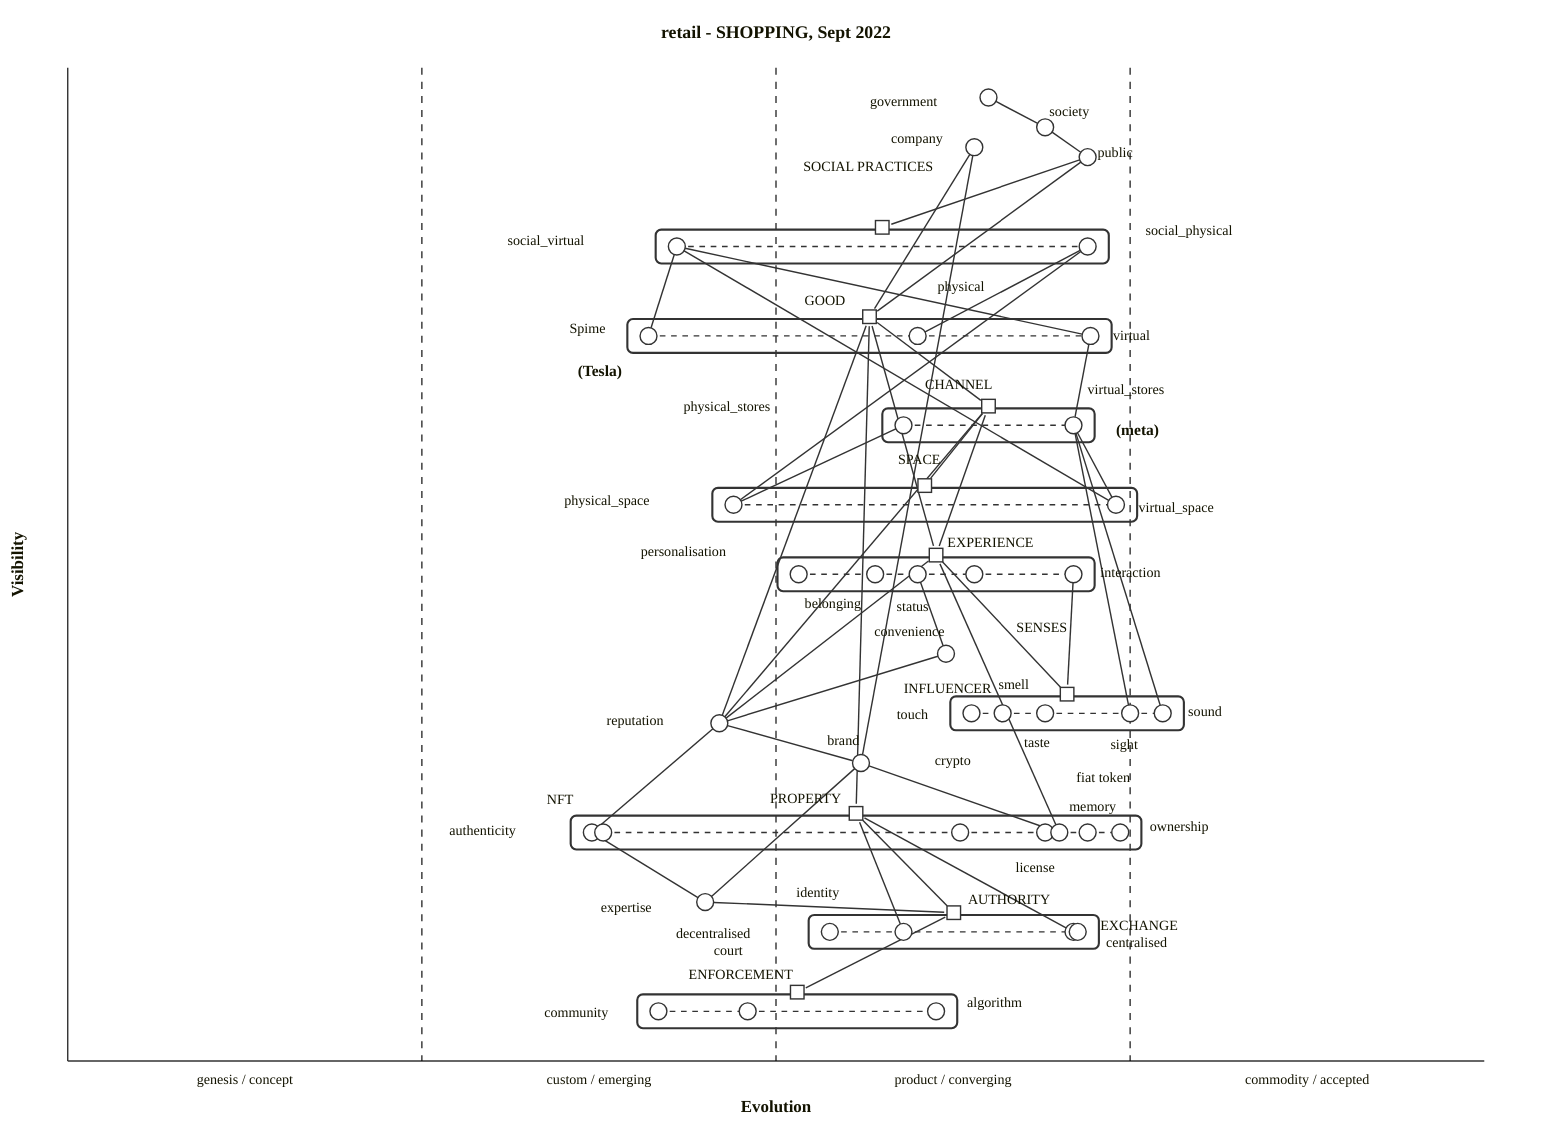
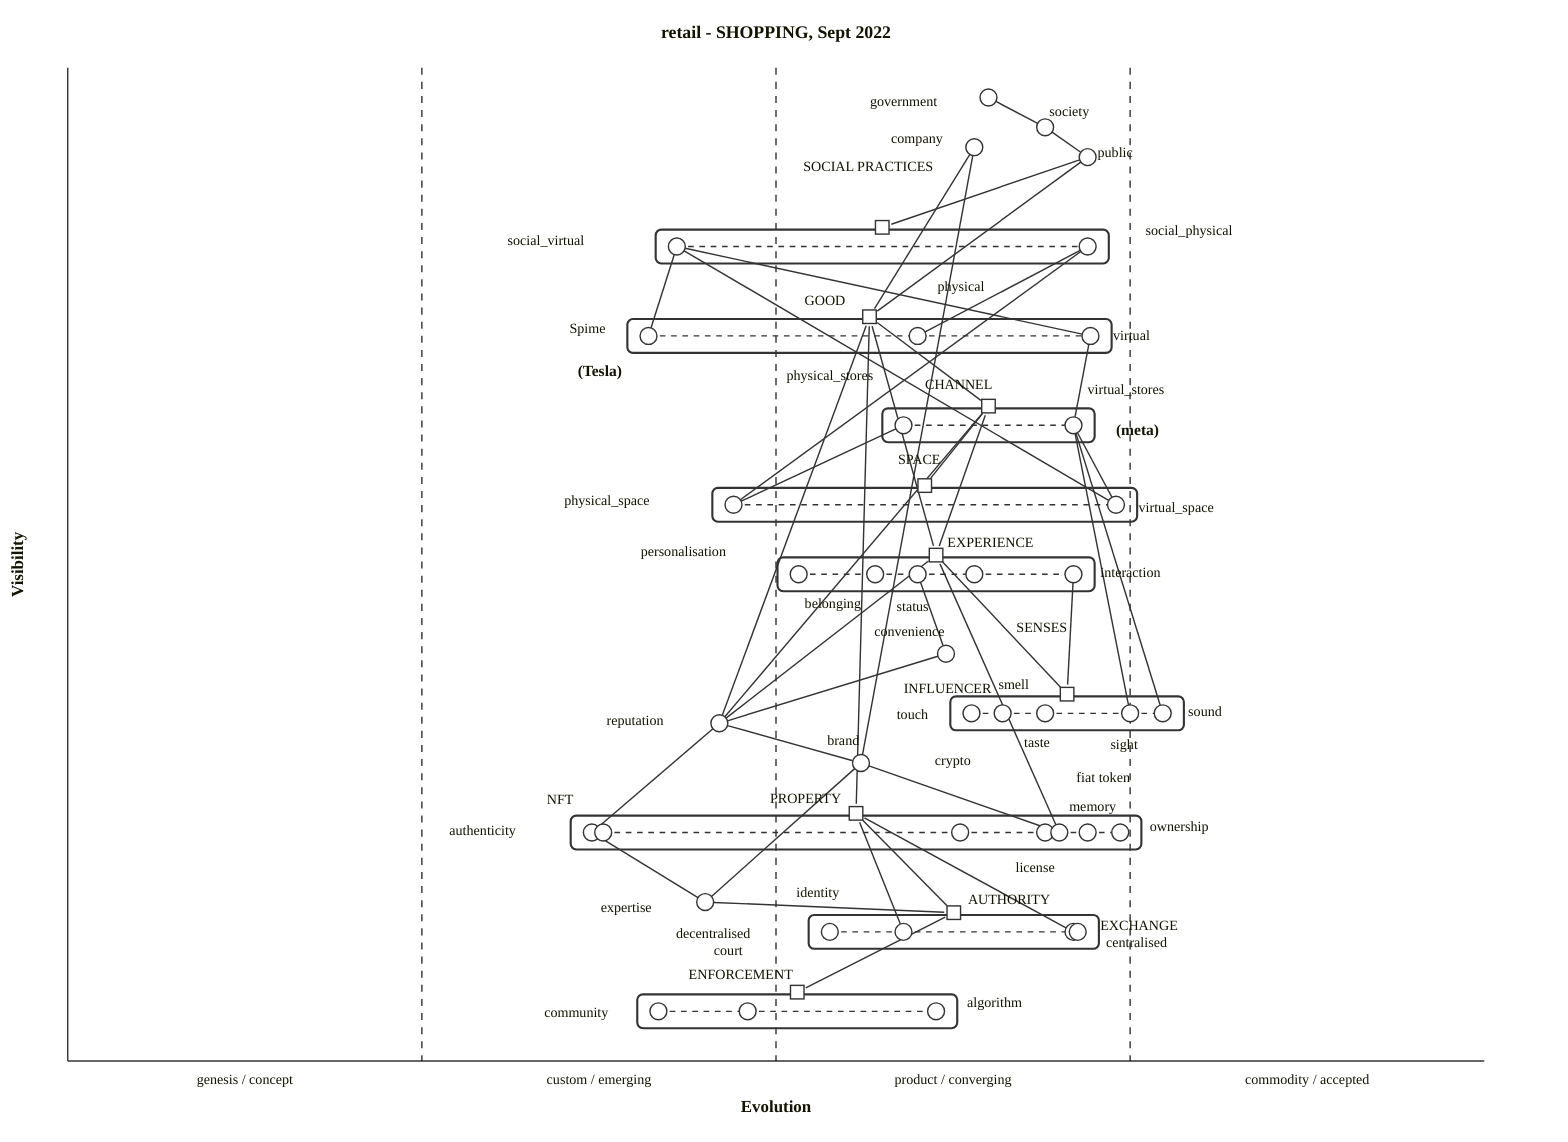
wardley-beta
title retail - SHOPPING, Sept 2022
size [1100, 800]

evolution genesis / concept -> custom / emerging -> product/ converging -> commodity / accepted

component public [0.91, 0.72] label [7, 0]
component company [0.92, 0.64] label [-59, -3]
component society [0.94, 0.69] label [3, -8]
component government [0.97, 0.65] label [-84, 6]
component GOOD [0.73, 0.69] label [-46, -8]
pipeline GOOD {
  component Spime [0.41] label [-56, -2]
  component physical [0.6] label [14, -32]
  component virtual [0.722] label [16, 3]
}
component CHANNEL [0.64, 0.67] label [-45, -12]
pipeline CHANNEL {
-   component physical_stores [0.59] label [-156, -10]
+   component physical_stores [0.59] label [-83, -32]
  component virtual_stores [0.71] label [10, -22]
}
component SENSES [0.35, 0.72] label [-36, -44]
pipeline SENSES {
  component touch [0.638] label [-53, 4]
  component smell [0.66] label [-3, -17]
  component taste [0.69] label [-15, 24]
  component sight [0.75] label [-14, 25]
  component sound [0.773] label [18, 2]
}
component EXPERIENCE [0.49, 0.69] label [8, -6]
pipeline EXPERIENCE {
  component personalisation [0.516] label [-112, -13]
  component belonging [0.57] label [-50, 24]
  component status [0.6] label [-15, 26]
  component convenience [0.64] label [-71, 44]
  component interaction [0.71] label [19, 2]
}
component AUTHORITY [0.13, 0.60] label [10, -6]
pipeline AUTHORITY {
  component decentralised [0.538] label [-109, 4]
  component identity [0.59] label [-76, -25]
  component EXCHANGE [0.71] label [19, -1]
  component centralised [0.713] label [20, 11]
}
component PROPERTY [0.23, 0.66] label [-61, -7]
pipeline PROPERTY {
  component authenticity [0.37] label [-101, 2]
  component NFT [0.378] label [-40, -20]
  component crypto [0.63] label [-18, -48]
  component license [0.69] label [-21, 28]
  component memory [0.7] label [7, -15]
  component fiat token [0.72] label [-8, -36]
  component ownership [0.743] label [21, -1]
}
component ENFORCEMENT [0.05, 0.56] label [-77, -9]
pipeline ENFORCEMENT {
  component community [0.417] label [-81, 4]
  component court [0.48] label [-24, -40]
  component algorithm [0.613] label [22, -3]
}
component INFLUENCER [0.41, 0.62] label [-30, 28]
component brand [0.30, 0.56] label [-24, -13]
component reputation [0.34, 0.46] label [-80, 1]
component expertise [0.16, 0.45] label [-74, 7]
component SOCIAL PRACTICES [0.82, 0.60] label [-56, -40]
pipeline SOCIAL PRACTICES {
  component social_virtual [0.43] label [-120, -1]
  component social_physical [0.72] label [41, -8]
}
component SPACE [0.56, 0.66] label [-19, -15]
pipeline SPACE {
  component physical_space [0.47] label [-120, 0]
  component virtual_space [0.74] label [16, 5]
}

evolve social_virtual 0.6
evolve virtual_stores 0.80
evolve physical 0.722

note "(meta)" [0.63, 0.74]
note "(Tesla)" [0.69, 0.36]

government -> society
society -> public
GOOD -> PROPERTY
society -> social norms
identity -> AUTHORITY
AUTHORITY -> platform
social norms -> legislation
government -> legislation
legislation -> territory
AUTHORITY -> ENFORCEMENT
legislation -> court
exclusion -> ownership
public -> GOOD
PROPERTY -> identity
PROPERTY -> AUTHORITY
GOOD -> CHANNEL
virtual_stores -> sight
virtual_stores -> sound
interaction -> SENSES
CHANNEL -> EXPERIENCE
immersion -> interaction
EXPERIENCE -> SENSES
EXPERIENCE -> reputation
INFLUENCER -> reputation
GOOD -> reputation
CHANNEL -> reputation
corporation -> brand
brand -> reputation
memory -> brand
EXPERIENCE -> memory
INFLUENCER -> status
GOOD -> EXPERIENCE
company -> GOOD
company -> brand
reputation -> authenticity
expertise -> authenticity
expertise -> expertise
AUTHORITY -> expertise
brand -> expertise
public -> SOCIAL PRACTICES
social_physical -> physical
social_physical -> physical_space
social_virtual -> virtual
social_virtual -> virtual_space
physical_stores -> territory
physical_stores -> landscape
CHANNEL -> SPACE
physical_stores -> physical_space
virtual_space -> virtual_stores
EXCHANGE -> PROPERTY
social_virtual -> Spime
virtual_stores -> virtual

